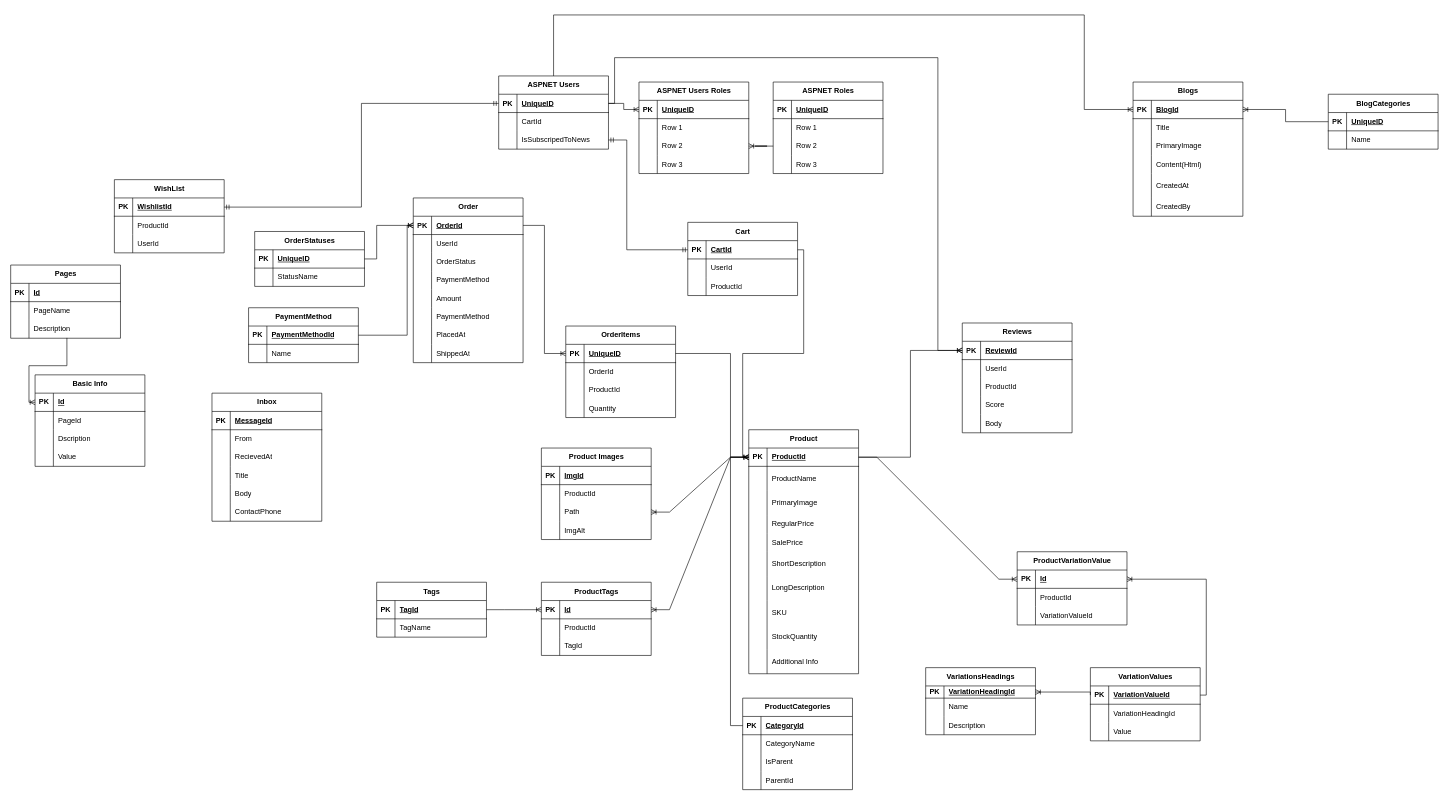
This is Untitled Diagram.drawio from mohamedvoli/Uthr, a draw.io file, before an edit. Source tidied: cells renumbered, new cells numbered last; positions are measured from the earlier drawing's top-left corner, leaving out a move shared by most shapes. Both pictures are drawn from the tidied source at 61%, with x=0, y=0 at pixel (10, 15).
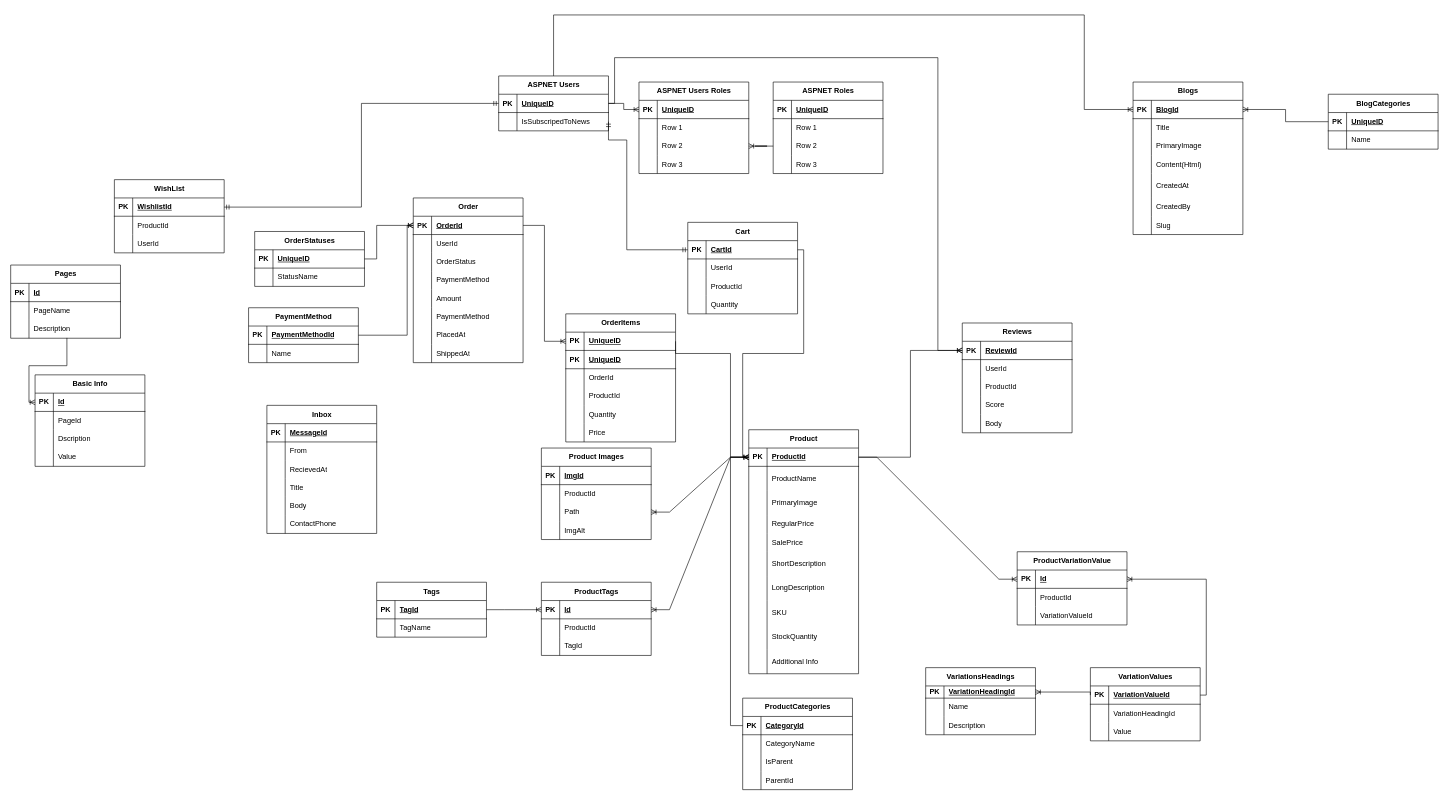
The same diagram, later.

Change to the diagram source:
```diff
@@
     <mxCell id="2" value="ASPNET Users" style="shape=table;startSize=30;childLayout=tableLayout;rowLines=0;fontStyle=1;align=center;html=1;" parent="1" vertex="1">
-      <mxGeometry x="800" y="100" width="180" height="120" as="geometry" />
+      <mxGeometry x="800" y="100" width="180" height="90" as="geometry" />
     </mxCell>
@@
-    <mxCell id="6" style="shape=tableRow;horizontal=0;startSize=0;swimlaneHead=0;swimlaneBody=0;fillColor=none;top=0;left=0;right=0;bottom=0;" parent="2" vertex="1">
-      <mxGeometry y="60" width="180" height="30" as="geometry" />
-    </mxCell>
-    <mxCell id="7" style="shape=partialRectangle;fillColor=none;top=0;left=0;bottom=0;right=0;overflow=hidden;whiteSpace=wrap;html=1;" parent="6" vertex="1">
-      <mxGeometry width="30" height="30" as="geometry" />
-    </mxCell>
-    <mxCell id="8" value="CartId" style="shape=partialRectangle;fillColor=none;top=0;left=0;bottom=0;right=0;align=left;spacingLeft=6;overflow=hidden;whiteSpace=wrap;html=1;" parent="6" vertex="1">
-      <mxGeometry x="30" width="150" height="30" as="geometry" />
-    </mxCell>
     <mxCell id="9" style="shape=tableRow;horizontal=0;startSize=0;swimlaneHead=0;swimlaneBody=0;fillColor=none;points=[[0,0.5],[1,0.5]];portConstraint=eastwest;top=0;left=0;right=0;bottom=0;" parent="2" vertex="1">
-      <mxGeometry y="90" width="180" height="30" as="geometry" />
+      <mxGeometry y="60" width="180" height="30" as="geometry" />
     </mxCell>
@@
     <mxCell id="185" value="Cart" style="shape=table;startSize=30;childLayout=tableLayout;rowLines=0;fontStyle=1;align=center;html=1;" parent="1" vertex="1">
-      <mxGeometry x="1110" y="340" width="180" height="120" as="geometry" />
+      <mxGeometry x="1110" y="340" width="180" height="150" as="geometry" />
     </mxCell>
@@
+    <mxCell id="319" style="shape=tableRow;horizontal=0;startSize=0;swimlaneHead=0;swimlaneBody=0;fillColor=none;top=0;left=0;right=0;bottom=0;" parent="185" vertex="1">
+      <mxGeometry y="120" width="180" height="30" as="geometry" />
+    </mxCell>
+    <mxCell id="320" style="shape=partialRectangle;fillColor=none;top=0;left=0;bottom=0;right=0;overflow=hidden;whiteSpace=wrap;html=1;" parent="319" vertex="1">
+      <mxGeometry width="30" height="30" as="geometry" />
+    </mxCell>
+    <mxCell id="321" value="Quantity" style="shape=partialRectangle;fillColor=none;top=0;left=0;bottom=0;right=0;align=left;spacingLeft=6;overflow=hidden;whiteSpace=wrap;html=1;" parent="319" vertex="1">
+      <mxGeometry x="30" width="150" height="30" as="geometry" />
+    </mxCell>
@@
     <mxCell id="222" value="OrderItems" style="shape=table;startSize=30;childLayout=tableLayout;rowLines=0;fontStyle=1;align=center;html=1;" parent="1" vertex="1">
-      <mxGeometry x="910" y="510" width="180" height="150" as="geometry" />
+      <mxGeometry x="910" y="490" width="180" height="210" as="geometry" />
     </mxCell>
@@
+    <mxCell id="322" style="shape=tableRow;horizontal=0;startSize=0;swimlaneHead=0;swimlaneBody=0;fillColor=none;top=0;left=0;right=0;bottom=1;" parent="222" vertex="1">
+      <mxGeometry y="60" width="180" height="30" as="geometry" />
+    </mxCell>
+    <mxCell id="323" value="PK" style="shape=partialRectangle;fillColor=none;top=0;left=0;bottom=0;right=0;fontStyle=1;overflow=hidden;whiteSpace=wrap;html=1;" parent="322" vertex="1">
+      <mxGeometry width="30" height="30" as="geometry" />
+    </mxCell>
+    <mxCell id="324" value="UniqueID" style="shape=partialRectangle;fillColor=none;top=0;left=0;bottom=0;right=0;align=left;spacingLeft=6;fontStyle=5;overflow=hidden;whiteSpace=wrap;html=1;" parent="322" vertex="1">
+      <mxGeometry x="30" width="150" height="30" as="geometry" />
+    </mxCell>
     <mxCell id="226" style="shape=tableRow;horizontal=0;startSize=0;swimlaneHead=0;swimlaneBody=0;fillColor=none;top=0;left=0;right=0;bottom=0;" parent="222" vertex="1">
-      <mxGeometry y="60" width="180" height="30" as="geometry" />
+      <mxGeometry y="90" width="180" height="30" as="geometry" />
     </mxCell>
@@
     <mxCell id="229" style="shape=tableRow;horizontal=0;startSize=0;swimlaneHead=0;swimlaneBody=0;fillColor=none;top=0;left=0;right=0;bottom=0;" parent="222" vertex="1">
-      <mxGeometry y="90" width="180" height="30" as="geometry" />
+      <mxGeometry y="120" width="180" height="30" as="geometry" />
     </mxCell>
@@
     <mxCell id="232" style="shape=tableRow;horizontal=0;startSize=0;swimlaneHead=0;swimlaneBody=0;fillColor=none;top=0;left=0;right=0;bottom=0;" parent="222" vertex="1">
-      <mxGeometry y="120" width="180" height="30" as="geometry" />
+      <mxGeometry y="150" width="180" height="30" as="geometry" />
     </mxCell>
@@
+    <mxCell id="325" style="shape=tableRow;horizontal=0;startSize=0;swimlaneHead=0;swimlaneBody=0;fillColor=none;top=0;left=0;right=0;bottom=0;" parent="222" vertex="1">
+      <mxGeometry y="180" width="180" height="30" as="geometry" />
+    </mxCell>
+    <mxCell id="326" style="shape=partialRectangle;fillColor=none;top=0;left=0;bottom=0;right=0;overflow=hidden;whiteSpace=wrap;html=1;" parent="325" vertex="1">
+      <mxGeometry width="30" height="30" as="geometry" />
+    </mxCell>
+    <mxCell id="327" value="Price" style="shape=partialRectangle;fillColor=none;top=0;left=0;bottom=0;right=0;align=left;spacingLeft=6;overflow=hidden;whiteSpace=wrap;html=1;" parent="325" vertex="1">
+      <mxGeometry x="30" width="150" height="30" as="geometry" />
+    </mxCell>
@@
     <mxCell id="272" value="Blogs" style="shape=table;startSize=30;childLayout=tableLayout;rowLines=0;fontStyle=1;align=center;html=1;" parent="1" vertex="1">
-      <mxGeometry x="1840" y="110" width="180" height="220" as="geometry" />
+      <mxGeometry x="1840" y="110" width="180" height="250" as="geometry" />
     </mxCell>
@@
+    <mxCell id="328" style="shape=tableRow;horizontal=0;startSize=0;swimlaneHead=0;swimlaneBody=0;fillColor=none;top=0;left=0;right=0;bottom=0;" parent="272" vertex="1">
+      <mxGeometry y="220" width="180" height="30" as="geometry" />
+    </mxCell>
+    <mxCell id="329" style="shape=partialRectangle;fillColor=none;top=0;left=0;bottom=0;right=0;overflow=hidden;whiteSpace=wrap;html=1;" parent="328" vertex="1">
+      <mxGeometry width="30" height="30" as="geometry" />
+    </mxCell>
+    <mxCell id="330" value="Slug" style="shape=partialRectangle;fillColor=none;top=0;left=0;bottom=0;right=0;align=left;spacingLeft=6;overflow=hidden;whiteSpace=wrap;html=1;" parent="328" vertex="1">
+      <mxGeometry x="30" width="150" height="30" as="geometry" />
+    </mxCell>
@@
     <mxCell id="300" value="Inbox" style="shape=table;startSize=30;childLayout=tableLayout;rowLines=0;fontStyle=1;align=center;html=1;" parent="1" vertex="1">
-      <mxGeometry x="330" y="620" width="180" height="210" as="geometry" />
+      <mxGeometry x="420" y="640" width="180" height="210" as="geometry" />
     </mxCell>
```
